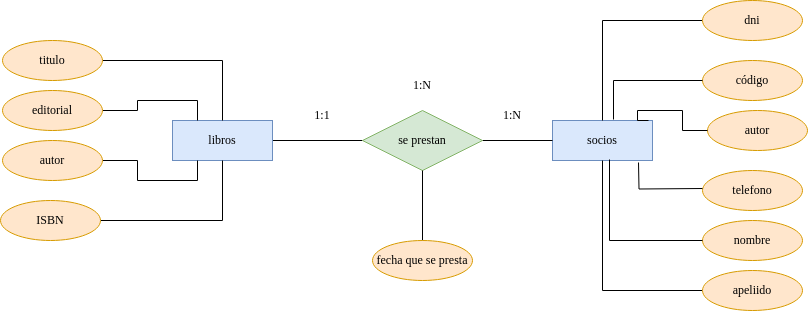
This is Unidad-1/Tareas./Tarea-6/gestión biblioteca.drawio.png from mdiogc/base-datos, a draw.io export, as it was before one commit. Source tidied: cells renumbered, new cells last; positions are measured from the earlier drawing's top-left corner, leaving out a move shared by most shapes.
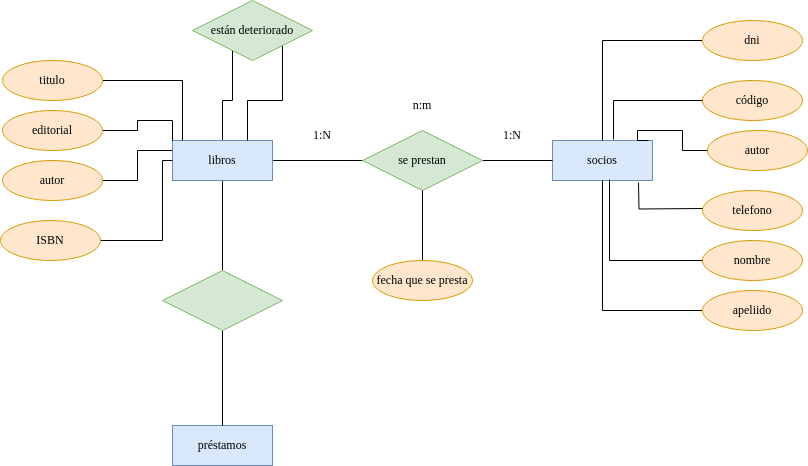
The same diagram one commit later.

The edit, as a diff of the source:
```diff
@@ -5,6 +5,17 @@
     <mxCell id="2" style="edgeStyle=orthogonalEdgeStyle;rounded=0;jettySize=auto;html=1;exitX=1;exitY=0.5;exitDx=0;exitDy=0;endArrow=none;endFill=0;" parent="1" edge="1" source="3" target="6">
       <mxGeometry relative="1" as="geometry" />
     </mxCell>
+    <mxCell id="32" style="edgeStyle=orthogonalEdgeStyle;rounded=0;jettySize=auto;html=1;exitX=0.5;exitY=1;exitDx=0;exitDy=0;endArrow=none;endFill=0;" parent="1" edge="1" source="3" target="36">
+      <mxGeometry relative="1" as="geometry" />
+    </mxCell>
+    <mxCell id="33" style="edgeStyle=orthogonalEdgeStyle;rounded=0;jettySize=auto;html=1;exitX=0.5;exitY=0;exitDx=0;exitDy=0;endArrow=none;endFill=0;" parent="1" edge="1" source="3" target="38">
+      <mxGeometry relative="1" as="geometry">
+        <Array as="points">
+          <mxPoint x="222" y="80" />
+          <mxPoint x="232" y="80" />
+        </Array>
+      </mxGeometry>
+    </mxCell>
     <mxCell id="3" value="&lt;font face=&quot;Times New Roman&quot;&gt;libros&lt;/font&gt;" style="whiteSpace=wrap;html=1;align=center;fillColor=#dae8fc;strokeColor=#6c8ebf;" parent="1" vertex="1">
       <mxGeometry x="172" y="120" width="100" height="40" as="geometry" />
     </mxCell>
@@ -23,26 +34,35 @@
     <mxCell id="8" value="&lt;font face=&quot;Times New Roman&quot;&gt;fecha que se presta&lt;/font&gt;" style="ellipse;whiteSpace=wrap;html=1;align=center;fillColor=#ffe6cc;strokeColor=#d79b00;" parent="1" vertex="1">
       <mxGeometry x="372" y="240" width="100" height="40" as="geometry" />
     </mxCell>
-    <mxCell id="9" style="edgeStyle=orthogonalEdgeStyle;rounded=0;jettySize=auto;html=1;exitX=1;exitY=0.5;exitDx=0;exitDy=0;entryX=0.25;entryY=1;entryDx=0;entryDy=0;endArrow=none;endFill=0;" parent="1" edge="1" source="10" target="3">
+    <mxCell id="9" style="edgeStyle=orthogonalEdgeStyle;rounded=0;jettySize=auto;html=1;exitX=1;exitY=0.5;exitDx=0;exitDy=0;entryX=0;entryY=0.25;entryDx=0;entryDy=0;endArrow=none;endFill=0;" parent="1" edge="1" source="10" target="3">
       <mxGeometry relative="1" as="geometry" />
     </mxCell>
     <mxCell id="10" value="&lt;div&gt;&lt;font face=&quot;Times New Roman&quot;&gt;autor&lt;/font&gt;&lt;/div&gt;" style="ellipse;whiteSpace=wrap;html=1;align=center;fillColor=#ffe6cc;strokeColor=#d79b00;" parent="1" vertex="1">
       <mxGeometry x="2" y="140" width="100" height="40" as="geometry" />
     </mxCell>
-    <mxCell id="11" style="edgeStyle=orthogonalEdgeStyle;rounded=0;jettySize=auto;html=1;exitX=1;exitY=0.5;exitDx=0;exitDy=0;entryX=0.25;entryY=0;entryDx=0;entryDy=0;endArrow=none;endFill=0;" parent="1" edge="1" source="12" target="3">
+    <mxCell id="11" style="edgeStyle=orthogonalEdgeStyle;rounded=0;jettySize=auto;html=1;exitX=1;exitY=0.5;exitDx=0;exitDy=0;entryX=0;entryY=0;entryDx=0;entryDy=0;endArrow=none;endFill=0;" parent="1" edge="1" source="12" target="3">
       <mxGeometry relative="1" as="geometry" />
     </mxCell>
     <mxCell id="12" value="&lt;font face=&quot;Times New Roman&quot;&gt;editorial&lt;/font&gt;" style="ellipse;whiteSpace=wrap;html=1;align=center;fillColor=#ffe6cc;strokeColor=#d79b00;" parent="1" vertex="1">
       <mxGeometry x="2" y="90" width="100" height="40" as="geometry" />
     </mxCell>
     <mxCell id="13" style="edgeStyle=orthogonalEdgeStyle;rounded=0;jettySize=auto;html=1;exitX=1;exitY=0.5;exitDx=0;exitDy=0;endArrow=none;endFill=0;" parent="1" edge="1" source="14" target="3">
-      <mxGeometry relative="1" as="geometry" />
+      <mxGeometry relative="1" as="geometry">
+        <Array as="points">
+          <mxPoint x="182" y="60" />
+        </Array>
+      </mxGeometry>
     </mxCell>
     <mxCell id="14" value="&lt;font face=&quot;Times New Roman&quot;&gt;titulo&lt;/font&gt;" style="ellipse;whiteSpace=wrap;html=1;align=center;fillColor=#ffe6cc;strokeColor=#d79b00;" parent="1" vertex="1">
       <mxGeometry x="2" y="40" width="100" height="40" as="geometry" />
     </mxCell>
     <mxCell id="15" style="edgeStyle=orthogonalEdgeStyle;rounded=0;jettySize=auto;html=1;exitX=1;exitY=0.5;exitDx=0;exitDy=0;endArrow=none;endFill=0;" parent="1" edge="1" source="16" target="3">
-      <mxGeometry relative="1" as="geometry" />
+      <mxGeometry relative="1" as="geometry">
+        <Array as="points">
+          <mxPoint x="162" y="220" />
+          <mxPoint x="162" y="140" />
+        </Array>
+      </mxGeometry>
     </mxCell>
     <mxCell id="16" value="&lt;font face=&quot;Times New Roman&quot;&gt;ISBN&lt;/font&gt;" style="ellipse;whiteSpace=wrap;html=1;align=center;fillColor=#ffe6cc;strokeColor=#d79b00;" parent="1" vertex="1">
       <mxGeometry y="200" width="100" height="40" as="geometry" />
@@ -98,11 +118,26 @@
     <mxCell id="29" value="&lt;font face=&quot;Times New Roman&quot;&gt;1:N&lt;/font&gt;" style="text;html=1;strokeColor=none;fillColor=none;align=center;verticalAlign=middle;whiteSpace=wrap;rounded=0;" parent="1" vertex="1">
       <mxGeometry x="482" y="100" width="60" height="30" as="geometry" />
     </mxCell>
-    <mxCell id="30" value="&lt;font face=&quot;Times New Roman&quot;&gt;1:1&lt;/font&gt;" style="text;html=1;strokeColor=none;fillColor=none;align=center;verticalAlign=middle;whiteSpace=wrap;rounded=0;" parent="1" vertex="1">
+    <mxCell id="30" value="&lt;font face=&quot;Times New Roman&quot;&gt;1:N&lt;/font&gt;" style="text;html=1;strokeColor=none;fillColor=none;align=center;verticalAlign=middle;whiteSpace=wrap;rounded=0;" parent="1" vertex="1">
       <mxGeometry x="292" y="100" width="60" height="30" as="geometry" />
     </mxCell>
-    <mxCell id="31" value="&lt;font face=&quot;Times New Roman&quot;&gt;1:N&lt;/font&gt;" style="text;html=1;strokeColor=none;fillColor=none;align=center;verticalAlign=middle;whiteSpace=wrap;rounded=0;" parent="1" vertex="1">
+    <mxCell id="31" value="&lt;font face=&quot;Times New Roman&quot;&gt;n:m&lt;/font&gt;" style="text;html=1;strokeColor=none;fillColor=none;align=center;verticalAlign=middle;whiteSpace=wrap;rounded=0;" parent="1" vertex="1">
       <mxGeometry x="392" y="70" width="60" height="30" as="geometry" />
     </mxCell>
+    <mxCell id="34" value="&lt;font face=&quot;Times New Roman&quot;&gt;préstamos&lt;/font&gt;" style="whiteSpace=wrap;html=1;align=center;fillColor=#dae8fc;strokeColor=#6c8ebf;" parent="1" vertex="1">
+      <mxGeometry x="172" y="405" width="100" height="40" as="geometry" />
+    </mxCell>
+    <mxCell id="35" style="edgeStyle=orthogonalEdgeStyle;rounded=0;jettySize=auto;html=1;exitX=0.5;exitY=1;exitDx=0;exitDy=0;entryX=0.5;entryY=0;entryDx=0;entryDy=0;endArrow=none;endFill=0;" parent="1" edge="1" source="36" target="34">
+      <mxGeometry relative="1" as="geometry" />
+    </mxCell>
+    <mxCell id="36" style="shape=rhombus;perimeter=rhombusPerimeter;whiteSpace=wrap;html=1;align=center;fillColor=#d5e8d4;strokeColor=#82b366;" parent="1" vertex="1">
+      <mxGeometry x="162" y="250" width="120" height="60" as="geometry" />
+    </mxCell>
+    <mxCell id="37" style="edgeStyle=orthogonalEdgeStyle;rounded=0;jettySize=auto;html=1;exitX=1;exitY=1;exitDx=0;exitDy=0;entryX=0.75;entryY=0;entryDx=0;entryDy=0;endArrow=none;endFill=0;" parent="1" edge="1" source="38" target="3">
+      <mxGeometry relative="1" as="geometry" />
+    </mxCell>
+    <mxCell id="38" value="&lt;font face=&quot;Times New Roman&quot;&gt;están deteriorado&lt;/font&gt;" style="shape=rhombus;perimeter=rhombusPerimeter;whiteSpace=wrap;html=1;align=center;fillColor=#d5e8d4;strokeColor=#82b366;" parent="1" vertex="1">
+      <mxGeometry x="192" y="-20" width="120" height="60" as="geometry" />
+    </mxCell>
   </root>
 </mxGraphModel>
```
